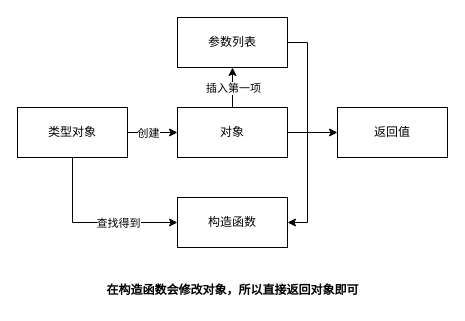
This is doc/构造函数.drawio from nyml2003/tensorslow, a draw.io file, before an edit. Source tidied: cells renumbered, new cells numbered last; positions are measured from the earlier drawing's top-left corner, leaving out a move shared by most shapes. Both pictures are drawn from the tidied source at 100%, with x=0, y=0 at pixel (17, 17).
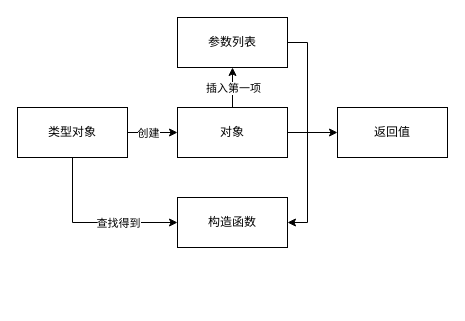
After the change.

Diff of the diagram source:
```diff
@@
 <mxGraphModel>
   <root>
     <mxCell id="0" />
     <mxCell id="1" parent="0" />
     <mxCell id="2" style="edgeStyle=orthogonalEdgeStyle;rounded=0;jettySize=auto;html=1;exitX=1;exitY=0.5;exitDx=0;exitDy=0;" parent="1" edge="1" source="6" target="12">
       <mxGeometry relative="1" as="geometry" />
     </mxCell>
     <mxCell id="3" value="创建" style="edgeLabel;html=1;align=center;verticalAlign=middle;" parent="2" vertex="1">
       <mxGeometry x="-0.45" y="3" relative="1" as="geometry">
         <mxPoint x="6" y="3" as="offset" />
       </mxGeometry>
     </mxCell>
     <mxCell id="4" style="edgeStyle=orthogonalEdgeStyle;rounded=0;jettySize=auto;html=1;exitX=0.5;exitY=1;exitDx=0;exitDy=0;entryX=0;entryY=0.5;entryDx=0;entryDy=0;" parent="1" edge="1" source="6" target="13">
       <mxGeometry relative="1" as="geometry" />
     </mxCell>
     <mxCell id="5" value="查找得到" style="edgeLabel;html=1;align=center;verticalAlign=middle;" parent="4" vertex="1">
       <mxGeometry x="0.12" y="-2" relative="1" as="geometry">
         <mxPoint x="15" y="-2" as="offset" />
       </mxGeometry>
     </mxCell>
     <mxCell id="6" value="类型对象" style="html=1;whiteSpace=wrap;" parent="1" vertex="1">
       <mxGeometry y="90" width="110" height="50" as="geometry" />
     </mxCell>
     <mxCell id="7" style="edgeStyle=orthogonalEdgeStyle;rounded=0;jettySize=auto;html=1;exitX=1;exitY=0.5;exitDx=0;exitDy=0;entryX=1;entryY=0.5;entryDx=0;entryDy=0;" parent="1" edge="1" source="8" target="13">
       <mxGeometry relative="1" as="geometry" />
     </mxCell>
     <mxCell id="8" value="参数列表" style="html=1;whiteSpace=wrap;" parent="1" vertex="1">
       <mxGeometry x="160" width="110" height="50" as="geometry" />
     </mxCell>
     <mxCell id="9" style="edgeStyle=orthogonalEdgeStyle;rounded=0;jettySize=auto;html=1;exitX=0.5;exitY=0;exitDx=0;exitDy=0;entryX=0.5;entryY=1;entryDx=0;entryDy=0;" parent="1" edge="1" source="12" target="8">
       <mxGeometry relative="1" as="geometry" />
     </mxCell>
     <mxCell id="10" value="插入第一项" style="edgeLabel;html=1;align=center;verticalAlign=middle;" parent="9" vertex="1">
       <mxGeometry relative="1" as="geometry" />
     </mxCell>
     <mxCell id="11" style="edgeStyle=orthogonalEdgeStyle;rounded=0;jettySize=auto;html=1;exitX=1;exitY=0.5;exitDx=0;exitDy=0;entryX=0;entryY=0.5;entryDx=0;entryDy=0;" parent="1" edge="1" source="12" target="14">
       <mxGeometry relative="1" as="geometry" />
     </mxCell>
     <mxCell id="12" value="对象" style="html=1;whiteSpace=wrap;" parent="1" vertex="1">
       <mxGeometry x="160" y="90" width="110" height="50" as="geometry" />
     </mxCell>
     <mxCell id="13" value="构造函数" style="html=1;whiteSpace=wrap;" parent="1" vertex="1">
       <mxGeometry x="160" y="180" width="110" height="50" as="geometry" />
     </mxCell>
     <mxCell id="14" value="返回值" style="html=1;whiteSpace=wrap;" parent="1" vertex="1">
       <mxGeometry x="320" y="90" width="110" height="50" as="geometry" />
     </mxCell>
-    <mxCell id="15" value="在构造函数会修改对象，所以直接返回对象即可" style="text;align=center;fontStyle=1;verticalAlign=middle;spacingLeft=3;spacingRight=3;strokeColor=none;html=1;" parent="1" vertex="1">
-      <mxGeometry x="175" y="260" width="80" height="26" as="geometry" />
-    </mxCell>
   </root>
 </mxGraphModel>
```
